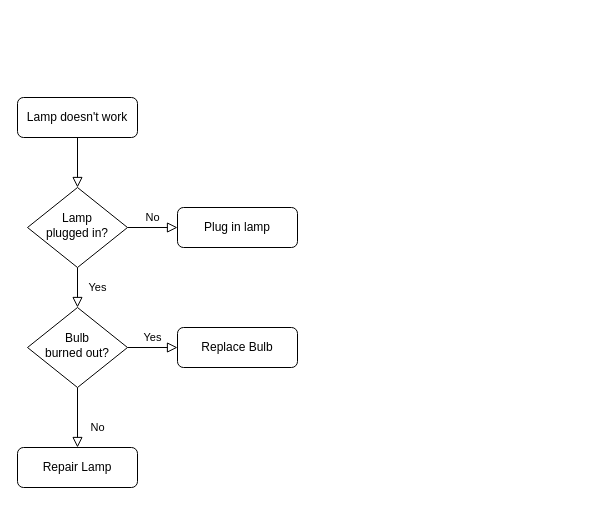
The draw.io diagram Untitled Diagram.drawio in rrChauhan/github-demo, before the edit. Source tidied: cells renumbered, new cells numbered last; positions are measured from the earlier drawing's top-left corner, leaving out a move shared by most shapes. Both pictures are drawn from the tidied source at 100%, with x=0, y=0 at pixel (17, 97).
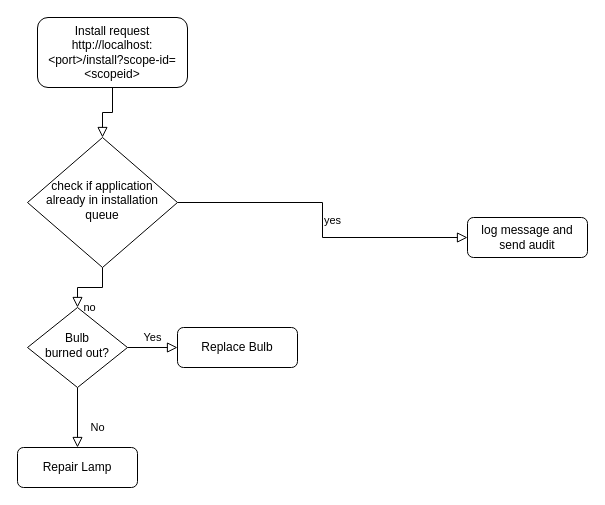
The same page after the edit.

Diff of the diagram source:
```diff
@@
 <mxGraphModel>
   <root>
     <mxCell id="0" />
     <mxCell id="1" parent="0" />
     <mxCell id="2" style="rounded=0;html=1;jettySize=auto;fontSize=11;endArrow=block;endFill=0;endSize=8;strokeWidth=1;shadow=0;labelBackgroundColor=none;edgeStyle=orthogonalEdgeStyle;" parent="1" edge="1" source="3" target="6">
       <mxGeometry relative="1" as="geometry" />
     </mxCell>
-    <mxCell id="3" value="Lamp doesn't work" style="rounded=1;whiteSpace=wrap;html=1;fontSize=12;glass=0;strokeWidth=1;shadow=0;" parent="1" vertex="1">
-      <mxGeometry width="120" height="40" as="geometry" />
+    <mxCell id="3" value="&lt;div&gt;Install request&lt;/div&gt;&lt;div&gt;http://localhost:&amp;lt;port&amp;gt;/install?scope-id=&amp;lt;scopeid&amp;gt;&lt;br&gt;&lt;/div&gt;" style="rounded=1;whiteSpace=wrap;html=1;fontSize=12;glass=0;strokeWidth=1;shadow=0;" parent="1" vertex="1">
+      <mxGeometry x="20" y="-80" width="150" height="70" as="geometry" />
     </mxCell>
-    <mxCell id="4" value="Yes" style="rounded=0;html=1;jettySize=auto;fontSize=11;endArrow=block;endFill=0;endSize=8;strokeWidth=1;shadow=0;labelBackgroundColor=none;edgeStyle=orthogonalEdgeStyle;" parent="1" edge="1" source="6" target="10">
+    <mxCell id="4" value="no" style="rounded=0;html=1;jettySize=auto;fontSize=11;endArrow=block;endFill=0;endSize=8;strokeWidth=1;shadow=0;labelBackgroundColor=none;edgeStyle=orthogonalEdgeStyle;" parent="1" edge="1" source="6" target="10">
       <mxGeometry y="20" relative="1" as="geometry" />
     </mxCell>
-    <mxCell id="5" value="No" style="edgeStyle=orthogonalEdgeStyle;rounded=0;html=1;jettySize=auto;fontSize=11;endArrow=block;endFill=0;endSize=8;strokeWidth=1;shadow=0;labelBackgroundColor=none;" parent="1" edge="1" source="6" target="7">
+    <mxCell id="5" value="yes" style="edgeStyle=orthogonalEdgeStyle;rounded=0;html=1;jettySize=auto;fontSize=11;endArrow=block;endFill=0;endSize=8;strokeWidth=1;shadow=0;labelBackgroundColor=none;" parent="1" edge="1" source="6" target="7">
       <mxGeometry y="10" relative="1" as="geometry" />
     </mxCell>
-    <mxCell id="6" value="Lamp&lt;br&gt;plugged in?" style="rhombus;whiteSpace=wrap;html=1;shadow=0;fontFamily=Helvetica;fontSize=12;align=center;strokeWidth=1;spacing=6;spacingTop=-4;" parent="1" vertex="1">
-      <mxGeometry x="10" y="90" width="100" height="80" as="geometry" />
+    <mxCell id="6" value="check if application already in installation queue" style="rhombus;whiteSpace=wrap;html=1;shadow=0;fontFamily=Helvetica;fontSize=12;align=center;strokeWidth=1;spacing=6;spacingTop=-4;" parent="1" vertex="1">
+      <mxGeometry x="10" y="40" width="150" height="130" as="geometry" />
     </mxCell>
-    <mxCell id="7" value="Plug in lamp" style="rounded=1;whiteSpace=wrap;html=1;fontSize=12;glass=0;strokeWidth=1;shadow=0;" parent="1" vertex="1">
-      <mxGeometry x="160" y="110" width="120" height="40" as="geometry" />
+    <mxCell id="7" value="log message and send audit" style="rounded=1;whiteSpace=wrap;html=1;fontSize=12;glass=0;strokeWidth=1;shadow=0;" parent="1" vertex="1">
+      <mxGeometry x="450" y="120" width="120" height="40" as="geometry" />
     </mxCell>
     <mxCell id="8" value="No" style="rounded=0;html=1;jettySize=auto;fontSize=11;endArrow=block;endFill=0;endSize=8;strokeWidth=1;shadow=0;labelBackgroundColor=none;edgeStyle=orthogonalEdgeStyle;" parent="1" edge="1" source="10" target="11">
       <mxGeometry x="0.33" y="20" relative="1" as="geometry" />
     </mxCell>
     <mxCell id="9" value="Yes" style="edgeStyle=orthogonalEdgeStyle;rounded=0;html=1;jettySize=auto;fontSize=11;endArrow=block;endFill=0;endSize=8;strokeWidth=1;shadow=0;labelBackgroundColor=none;" parent="1" edge="1" source="10" target="12">
       <mxGeometry y="10" relative="1" as="geometry" />
     </mxCell>
     <mxCell id="10" value="Bulb&lt;br&gt;burned out?" style="rhombus;whiteSpace=wrap;html=1;shadow=0;fontFamily=Helvetica;fontSize=12;align=center;strokeWidth=1;spacing=6;spacingTop=-4;" parent="1" vertex="1">
       <mxGeometry x="10" y="210" width="100" height="80" as="geometry" />
     </mxCell>
     <mxCell id="11" value="Repair Lamp" style="rounded=1;whiteSpace=wrap;html=1;fontSize=12;glass=0;strokeWidth=1;shadow=0;" parent="1" vertex="1">
       <mxGeometry y="350" width="120" height="40" as="geometry" />
     </mxCell>
     <mxCell id="12" value="Replace Bulb" style="rounded=1;whiteSpace=wrap;html=1;fontSize=12;glass=0;strokeWidth=1;shadow=0;" parent="1" vertex="1">
       <mxGeometry x="160" y="230" width="120" height="40" as="geometry" />
     </mxCell>
   </root>
 </mxGraphModel>
```
